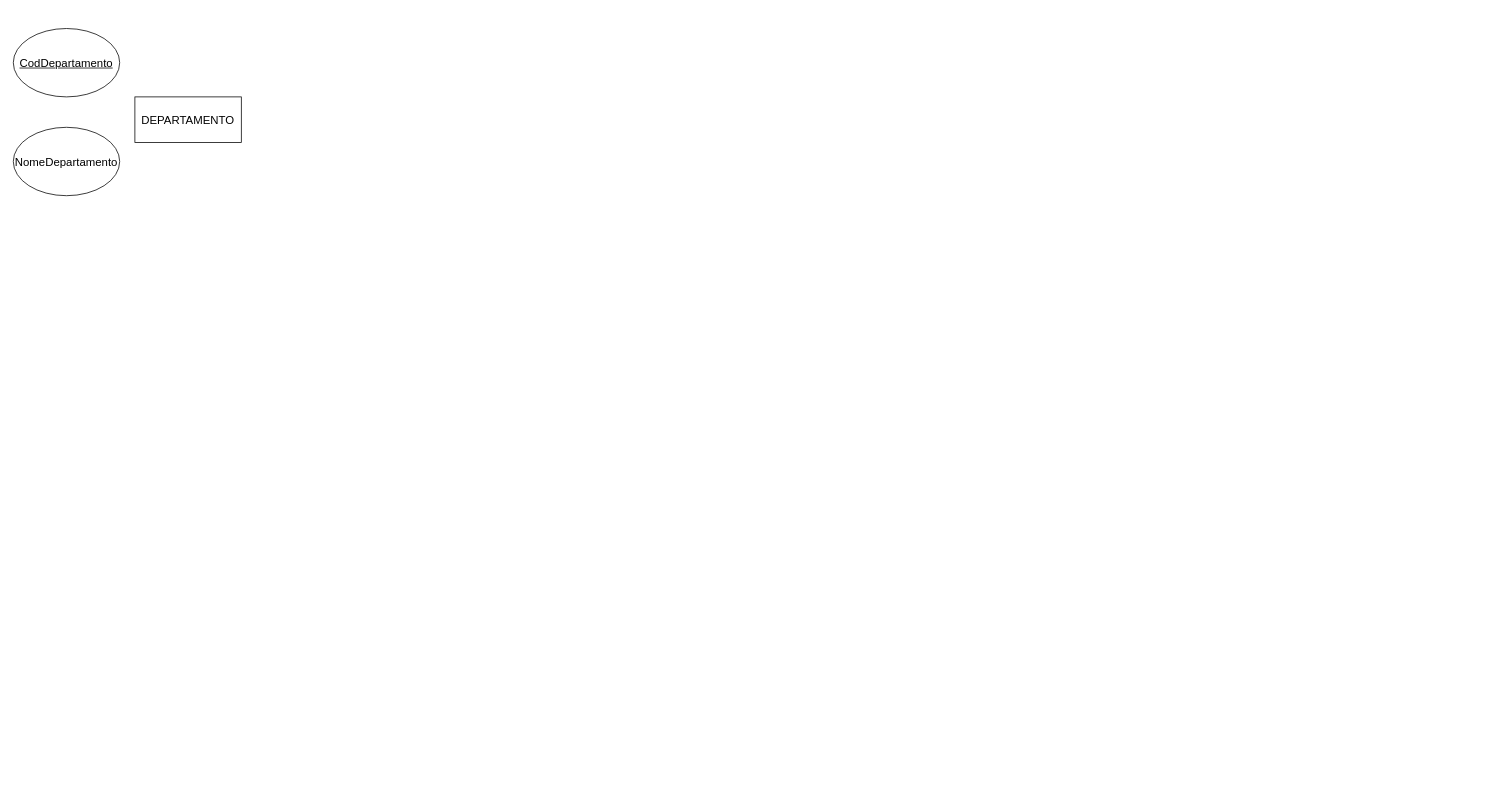
Above: page "Página-1" (1 of 2) of 2P_Ticket.drawio in Frederico994/Diagramas (draw.io), before the change. Source tidied: cells renumbered, new cells numbered last; positions are measured from the earlier drawing's top-left corner, leaving out a move shared by most shapes. Both pictures are drawn from the tidied source at 76%, with x=0, y=0 at pixel (13, 28).
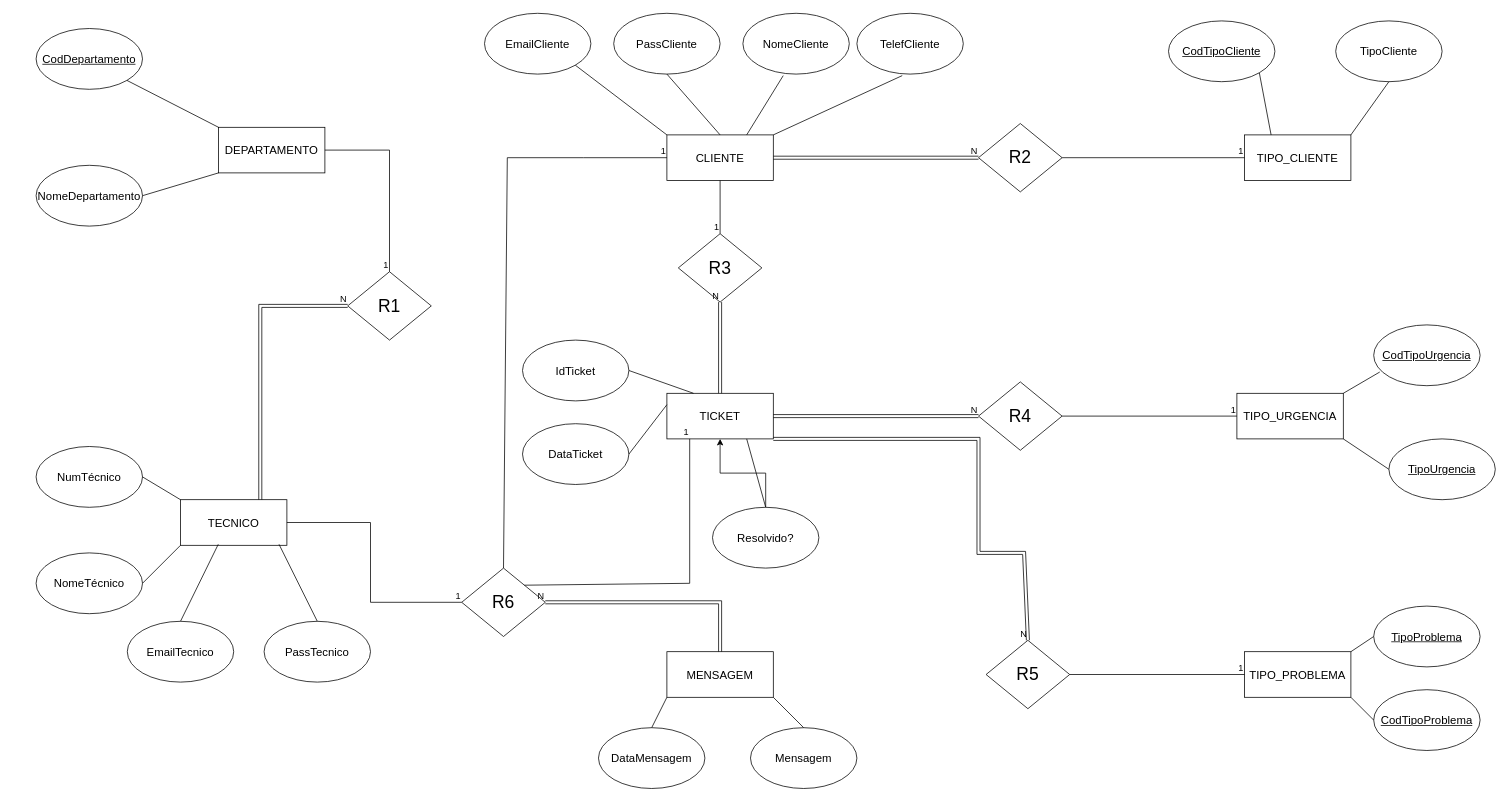
The same page after the edit.

Change to the diagram source:
```diff
@@
     <mxCell id="2" value="&lt;font style=&quot;font-size: 15px;&quot;&gt;DEPARTAMENTO&lt;/font&gt;" style="whiteSpace=wrap;html=1;align=center;" parent="1" vertex="1">
-      <mxGeometry x="160" y="90" width="140" height="60" as="geometry" />
+      <mxGeometry x="270" y="130" width="140" height="60" as="geometry" />
     </mxCell>
     <mxCell id="3" value="&lt;font style=&quot;font-size: 15px;&quot;&gt;NomeDepartamento&lt;/font&gt;" style="ellipse;whiteSpace=wrap;html=1;align=center;" parent="1" vertex="1">
-      <mxGeometry y="130" width="140" height="90" as="geometry" />
+      <mxGeometry x="30" y="180" width="140" height="80" as="geometry" />
     </mxCell>
     <mxCell id="4" value="&lt;font style=&quot;font-size: 15px;&quot;&gt;CodDepartamento&lt;/font&gt;" style="ellipse;whiteSpace=wrap;html=1;align=center;fontStyle=4;" parent="1" vertex="1">
-      <mxGeometry width="140" height="90" as="geometry" />
+      <mxGeometry x="30" width="140" height="80" as="geometry" />
     </mxCell>
+    <mxCell id="5" value="&lt;font style=&quot;font-size: 15px;&quot;&gt;CLIENTE&lt;/font&gt;" style="whiteSpace=wrap;html=1;align=center;" parent="1" vertex="1">
+      <mxGeometry x="860" y="140" width="140" height="60" as="geometry" />
+    </mxCell>
+    <mxCell id="6" value="&lt;font style=&quot;font-size: 15px;&quot;&gt;TIPO_CLIENTE&lt;/font&gt;" style="whiteSpace=wrap;html=1;align=center;" parent="1" vertex="1">
+      <mxGeometry x="1620" y="140" width="140" height="60" as="geometry" />
+    </mxCell>
+    <mxCell id="7" value="&lt;font style=&quot;font-size: 15px;&quot;&gt;TECNICO&lt;/font&gt;" style="whiteSpace=wrap;html=1;align=center;" parent="1" vertex="1">
+      <mxGeometry x="220" y="620" width="140" height="60" as="geometry" />
+    </mxCell>
+    <mxCell id="8" value="&lt;font style=&quot;font-size: 15px;&quot;&gt;MENSAGEM&lt;/font&gt;" style="whiteSpace=wrap;html=1;align=center;" parent="1" vertex="1">
+      <mxGeometry x="860" y="820" width="140" height="60" as="geometry" />
+    </mxCell>
+    <mxCell id="9" value="&lt;font style=&quot;font-size: 15px;&quot;&gt;TIPO_PROBLEMA&lt;/font&gt;" style="whiteSpace=wrap;html=1;align=center;" parent="1" vertex="1">
+      <mxGeometry x="1620" y="820" width="140" height="60" as="geometry" />
+    </mxCell>
+    <mxCell id="10" value="&lt;font style=&quot;font-size: 15px;&quot;&gt;TIPO_URGENCIA&lt;/font&gt;" style="whiteSpace=wrap;html=1;align=center;" parent="1" vertex="1">
+      <mxGeometry x="1610" y="480" width="140" height="60" as="geometry" />
+    </mxCell>
+    <mxCell id="11" value="&lt;font style=&quot;font-size: 15px;&quot;&gt;TICKET&lt;/font&gt;" style="whiteSpace=wrap;html=1;align=center;" parent="1" vertex="1">
+      <mxGeometry x="860" y="480" width="140" height="60" as="geometry" />
+    </mxCell>
+    <mxCell id="12" value="&lt;span style=&quot;font-size: 15px;&quot;&gt;NumTécnico&lt;/span&gt;" style="ellipse;whiteSpace=wrap;html=1;align=center;" parent="1" vertex="1">
+      <mxGeometry x="30" y="550" width="140" height="80" as="geometry" />
+    </mxCell>
+    <mxCell id="13" value="&lt;span style=&quot;font-size: 15px;&quot;&gt;NomeTécnico&lt;/span&gt;" style="ellipse;whiteSpace=wrap;html=1;align=center;" parent="1" vertex="1">
+      <mxGeometry x="30" y="690" width="140" height="80" as="geometry" />
+    </mxCell>
+    <mxCell id="14" value="&lt;span style=&quot;font-size: 15px;&quot;&gt;EmailTecnico&lt;/span&gt;" style="ellipse;whiteSpace=wrap;html=1;align=center;" parent="1" vertex="1">
+      <mxGeometry x="150" y="780" width="140" height="80" as="geometry" />
+    </mxCell>
+    <mxCell id="15" value="&lt;span style=&quot;font-size: 15px;&quot;&gt;PassTecnico&lt;/span&gt;" style="ellipse;whiteSpace=wrap;html=1;align=center;" parent="1" vertex="1">
+      <mxGeometry x="330" y="780" width="140" height="80" as="geometry" />
+    </mxCell>
+    <mxCell id="16" value="&lt;span style=&quot;font-size: 15px;&quot;&gt;DataMensagem&lt;/span&gt;" style="ellipse;whiteSpace=wrap;html=1;align=center;" parent="1" vertex="1">
+      <mxGeometry x="770" y="920" width="140" height="80" as="geometry" />
+    </mxCell>
+    <mxCell id="17" value="&lt;span style=&quot;font-size: 15px;&quot;&gt;Mensagem&lt;/span&gt;" style="ellipse;whiteSpace=wrap;html=1;align=center;" parent="1" vertex="1">
+      <mxGeometry x="970" y="920" width="140" height="80" as="geometry" />
+    </mxCell>
+    <mxCell id="18" style="edgeStyle=orthogonalEdgeStyle;rounded=0;jettySize=auto;html=1;" parent="1" edge="1" source="19" target="11">
+      <mxGeometry relative="1" as="geometry" />
+    </mxCell>
+    <mxCell id="19" value="&lt;span style=&quot;font-size: 15px;&quot;&gt;Resolvido?&lt;/span&gt;" style="ellipse;whiteSpace=wrap;html=1;align=center;" parent="1" vertex="1">
+      <mxGeometry x="920" y="630" width="140" height="80" as="geometry" />
+    </mxCell>
+    <mxCell id="20" value="&lt;span style=&quot;font-size: 15px;&quot;&gt;DataTicket&lt;/span&gt;" style="ellipse;whiteSpace=wrap;html=1;align=center;" parent="1" vertex="1">
+      <mxGeometry x="670" y="520" width="140" height="80" as="geometry" />
+    </mxCell>
+    <mxCell id="21" value="&lt;span style=&quot;font-size: 15px;&quot;&gt;IdTicket&lt;/span&gt;" style="ellipse;whiteSpace=wrap;html=1;align=center;" parent="1" vertex="1">
+      <mxGeometry x="670" y="410" width="140" height="80" as="geometry" />
+    </mxCell>
+    <mxCell id="22" value="&lt;span style=&quot;font-size: 15px;&quot;&gt;EmailCliente&lt;/span&gt;" style="ellipse;whiteSpace=wrap;html=1;align=center;" parent="1" vertex="1">
+      <mxGeometry x="620" y="-20" width="140" height="80" as="geometry" />
+    </mxCell>
+    <mxCell id="23" value="&lt;span style=&quot;font-size: 15px;&quot;&gt;PassCliente&lt;/span&gt;" style="ellipse;whiteSpace=wrap;html=1;align=center;" parent="1" vertex="1">
+      <mxGeometry x="790" y="-20" width="140" height="80" as="geometry" />
+    </mxCell>
+    <mxCell id="24" value="&lt;span style=&quot;font-size: 15px;&quot;&gt;NomeCliente&lt;/span&gt;" style="ellipse;whiteSpace=wrap;html=1;align=center;" parent="1" vertex="1">
+      <mxGeometry x="960" y="-20" width="140" height="80" as="geometry" />
+    </mxCell>
+    <mxCell id="25" value="&lt;span style=&quot;font-size: 15px;&quot;&gt;TelefCliente&lt;/span&gt;" style="ellipse;whiteSpace=wrap;html=1;align=center;" parent="1" vertex="1">
+      <mxGeometry x="1110" y="-20" width="140" height="80" as="geometry" />
+    </mxCell>
+    <mxCell id="26" value="&lt;span style=&quot;font-size: 15px;&quot;&gt;TipoCliente&lt;/span&gt;" style="ellipse;whiteSpace=wrap;html=1;align=center;" parent="1" vertex="1">
+      <mxGeometry x="1740" y="-10" width="140" height="80" as="geometry" />
+    </mxCell>
+    <mxCell id="27" value="&lt;font style=&quot;font-size: 15px;&quot;&gt;CodTipoCliente&lt;/font&gt;" style="ellipse;whiteSpace=wrap;html=1;align=center;fontStyle=4;" parent="1" vertex="1">
+      <mxGeometry x="1520" y="-10" width="140" height="80" as="geometry" />
+    </mxCell>
+    <mxCell id="28" value="&lt;font style=&quot;font-size: 15px;&quot;&gt;CodTipoUrgencia&lt;/font&gt;" style="ellipse;whiteSpace=wrap;html=1;align=center;fontStyle=4;" parent="1" vertex="1">
+      <mxGeometry x="1790" y="390" width="140" height="80" as="geometry" />
+    </mxCell>
+    <mxCell id="29" value="&lt;font style=&quot;font-size: 15px;&quot;&gt;TipoUrgencia&lt;/font&gt;" style="ellipse;whiteSpace=wrap;html=1;align=center;fontStyle=4;" parent="1" vertex="1">
+      <mxGeometry x="1810" y="540" width="140" height="80" as="geometry" />
+    </mxCell>
+    <mxCell id="30" value="&lt;font style=&quot;font-size: 15px;&quot;&gt;TipoProblema&lt;/font&gt;" style="ellipse;whiteSpace=wrap;html=1;align=center;fontStyle=4;" parent="1" vertex="1">
+      <mxGeometry x="1790" y="760" width="140" height="80" as="geometry" />
+    </mxCell>
+    <mxCell id="31" value="&lt;font style=&quot;font-size: 15px;&quot;&gt;CodTipoProblema&lt;/font&gt;" style="ellipse;whiteSpace=wrap;html=1;align=center;fontStyle=4;" parent="1" vertex="1">
+      <mxGeometry x="1790" y="870" width="140" height="80" as="geometry" />
+    </mxCell>
+    <mxCell id="32" style="endArrow=none;html=1;rounded=0;entryX=0;entryY=0.5;entryDx=0;entryDy=0;exitX=1;exitY=1;exitDx=0;exitDy=0;" parent="1" edge="1" source="9" target="31">
+      <mxGeometry relative="1" as="geometry" />
+    </mxCell>
+    <mxCell id="33" style="endArrow=none;html=1;rounded=0;entryX=1;entryY=0;entryDx=0;entryDy=0;exitX=0;exitY=0.5;exitDx=0;exitDy=0;" parent="1" edge="1" source="30" target="9">
+      <mxGeometry relative="1" as="geometry" />
+    </mxCell>
+    <mxCell id="34" style="endArrow=none;html=1;rounded=0;entryX=1;entryY=1;entryDx=0;entryDy=0;exitX=0;exitY=0.5;exitDx=0;exitDy=0;" parent="1" edge="1" source="29" target="10">
+      <mxGeometry relative="1" as="geometry" />
+    </mxCell>
+    <mxCell id="35" style="endArrow=none;html=1;rounded=0;entryX=1;entryY=0;entryDx=0;entryDy=0;exitX=0.057;exitY=0.775;exitDx=0;exitDy=0;exitPerimeter=0;" parent="1" edge="1" source="28" target="10">
+      <mxGeometry relative="1" as="geometry" />
+    </mxCell>
+    <mxCell id="36" style="endArrow=none;html=1;rounded=0;entryX=0.25;entryY=0;entryDx=0;entryDy=0;exitX=1;exitY=1;exitDx=0;exitDy=0;" parent="1" edge="1" source="27" target="6">
+      <mxGeometry relative="1" as="geometry" />
+    </mxCell>
+    <mxCell id="37" style="endArrow=none;html=1;rounded=0;entryX=1;entryY=0;entryDx=0;entryDy=0;exitX=0.5;exitY=1;exitDx=0;exitDy=0;" parent="1" edge="1" source="26" target="6">
+      <mxGeometry relative="1" as="geometry" />
+    </mxCell>
+    <mxCell id="38" style="endArrow=none;html=1;rounded=0;entryX=1;entryY=0;entryDx=0;entryDy=0;exitX=0.426;exitY=1.025;exitDx=0;exitDy=0;exitPerimeter=0;" parent="1" edge="1" source="25" target="5">
+      <mxGeometry relative="1" as="geometry" />
+    </mxCell>
+    <mxCell id="39" style="endArrow=none;html=1;rounded=0;entryX=0.75;entryY=0;entryDx=0;entryDy=0;exitX=0.379;exitY=1.025;exitDx=0;exitDy=0;exitPerimeter=0;" parent="1" edge="1" source="24" target="5">
+      <mxGeometry relative="1" as="geometry" />
+    </mxCell>
+    <mxCell id="40" style="endArrow=none;html=1;rounded=0;entryX=0.5;entryY=0;entryDx=0;entryDy=0;exitX=0.5;exitY=1;exitDx=0;exitDy=0;" parent="1" edge="1" source="23" target="5">
+      <mxGeometry relative="1" as="geometry" />
+    </mxCell>
+    <mxCell id="41" style="endArrow=none;html=1;rounded=0;entryX=0;entryY=0;entryDx=0;entryDy=0;exitX=1;exitY=1;exitDx=0;exitDy=0;" parent="1" edge="1" source="22" target="5">
+      <mxGeometry relative="1" as="geometry" />
+    </mxCell>
+    <mxCell id="42" style="endArrow=none;html=1;rounded=0;entryX=1;entryY=1;entryDx=0;entryDy=0;exitX=0;exitY=0;exitDx=0;exitDy=0;" parent="1" edge="1" source="2" target="4">
+      <mxGeometry relative="1" as="geometry" />
+    </mxCell>
+    <mxCell id="43" style="endArrow=none;html=1;rounded=0;entryX=1;entryY=0.5;entryDx=0;entryDy=0;exitX=0;exitY=1;exitDx=0;exitDy=0;" parent="1" edge="1" source="2" target="3">
+      <mxGeometry relative="1" as="geometry" />
+    </mxCell>
+    <mxCell id="44" style="endArrow=none;html=1;rounded=0;entryX=0.5;entryY=0;entryDx=0;entryDy=0;exitX=0.926;exitY=0.978;exitDx=0;exitDy=0;exitPerimeter=0;" parent="1" edge="1" source="7" target="15">
+      <mxGeometry relative="1" as="geometry" />
+    </mxCell>
+    <mxCell id="45" style="endArrow=none;html=1;rounded=0;entryX=0.5;entryY=0;entryDx=0;entryDy=0;exitX=0.355;exitY=0.978;exitDx=0;exitDy=0;exitPerimeter=0;" parent="1" edge="1" source="7" target="14">
+      <mxGeometry relative="1" as="geometry" />
+    </mxCell>
+    <mxCell id="46" style="endArrow=none;html=1;rounded=0;entryX=1;entryY=0.5;entryDx=0;entryDy=0;exitX=0;exitY=1;exitDx=0;exitDy=0;" parent="1" edge="1" source="7" target="13">
+      <mxGeometry relative="1" as="geometry" />
+    </mxCell>
+    <mxCell id="47" style="endArrow=none;html=1;rounded=0;entryX=0;entryY=0;entryDx=0;entryDy=0;exitX=1;exitY=0.5;exitDx=0;exitDy=0;" parent="1" edge="1" source="12" target="7">
+      <mxGeometry relative="1" as="geometry" />
+    </mxCell>
+    <mxCell id="48" style="endArrow=none;html=1;rounded=0;entryX=0.5;entryY=0;entryDx=0;entryDy=0;exitX=0.75;exitY=1;exitDx=0;exitDy=0;" parent="1" edge="1" source="11" target="19">
+      <mxGeometry relative="1" as="geometry" />
+    </mxCell>
+    <mxCell id="49" style="endArrow=none;html=1;rounded=0;entryX=1;entryY=0.5;entryDx=0;entryDy=0;exitX=0;exitY=0.25;exitDx=0;exitDy=0;" parent="1" edge="1" source="11" target="20">
+      <mxGeometry relative="1" as="geometry" />
+    </mxCell>
+    <mxCell id="50" style="endArrow=none;html=1;rounded=0;entryX=0.25;entryY=0;entryDx=0;entryDy=0;exitX=1;exitY=0.5;exitDx=0;exitDy=0;" parent="1" edge="1" source="21" target="11">
+      <mxGeometry relative="1" as="geometry" />
+    </mxCell>
+    <mxCell id="51" style="endArrow=none;html=1;rounded=0;entryX=0.5;entryY=0;entryDx=0;entryDy=0;exitX=1;exitY=1;exitDx=0;exitDy=0;" parent="1" edge="1" source="8" target="17">
+      <mxGeometry relative="1" as="geometry" />
+    </mxCell>
+    <mxCell id="52" style="endArrow=none;html=1;rounded=0;entryX=0.5;entryY=0;entryDx=0;entryDy=0;exitX=0;exitY=1;exitDx=0;exitDy=0;" parent="1" edge="1" source="8" target="16">
+      <mxGeometry relative="1" as="geometry" />
+    </mxCell>
+    <mxCell id="53" value="&lt;font style=&quot;font-size: 23px;&quot;&gt;R4&lt;/font&gt;" style="shape=rhombus;perimeter=rhombusPerimeter;whiteSpace=wrap;html=1;align=center;" parent="1" vertex="1">
+      <mxGeometry x="1270" y="465" width="110" height="90" as="geometry" />
+    </mxCell>
+    <mxCell id="54" style="shape=link;html=1;rounded=0;entryX=0;entryY=0.5;entryDx=0;entryDy=0;exitX=1;exitY=0.5;exitDx=0;exitDy=0;endSize=6;" parent="1" edge="1" source="11" target="53">
+      <mxGeometry relative="1" as="geometry" />
+    </mxCell>
+    <mxCell id="55" value="N" style="html=1;whiteSpace=wrap;align=right;verticalAlign=bottom;" parent="54" vertex="1">
+      <mxGeometry x="1" relative="1" as="geometry" />
+    </mxCell>
+    <mxCell id="56" style="endArrow=none;html=1;rounded=0;entryX=0;entryY=0.5;entryDx=0;entryDy=0;exitX=1;exitY=0.5;exitDx=0;exitDy=0;" parent="1" edge="1" source="53" target="10">
+      <mxGeometry relative="1" as="geometry" />
+    </mxCell>
+    <mxCell id="57" value="1" style="html=1;whiteSpace=wrap;align=right;verticalAlign=bottom;" parent="56" vertex="1">
+      <mxGeometry x="1" relative="1" as="geometry" />
+    </mxCell>
+    <mxCell id="58" value="&lt;font style=&quot;font-size: 23px;&quot;&gt;R5&lt;/font&gt;" style="shape=rhombus;perimeter=rhombusPerimeter;whiteSpace=wrap;html=1;align=center;" parent="1" vertex="1">
+      <mxGeometry x="1280" y="805" width="110" height="90" as="geometry" />
+    </mxCell>
+    <mxCell id="59" style="endArrow=none;html=1;rounded=0;entryX=0;entryY=0.5;entryDx=0;entryDy=0;exitX=1;exitY=0.5;exitDx=0;exitDy=0;" parent="1" edge="1" source="58" target="9">
+      <mxGeometry relative="1" as="geometry" />
+    </mxCell>
+    <mxCell id="60" value="1" style="html=1;whiteSpace=wrap;align=right;verticalAlign=bottom;" parent="59" vertex="1">
+      <mxGeometry x="1" relative="1" as="geometry" />
+    </mxCell>
+    <mxCell id="61" style="shape=link;html=1;rounded=0;entryX=0.5;entryY=0;entryDx=0;entryDy=0;exitX=1;exitY=1;exitDx=0;exitDy=0;endSize=6;" parent="1" edge="1" source="11" target="58">
+      <mxGeometry relative="1" as="geometry">
+        <Array as="points">
+          <mxPoint x="1270" y="540" />
+          <mxPoint x="1270" y="690" />
+          <mxPoint x="1330" y="690" />
+        </Array>
+      </mxGeometry>
+    </mxCell>
+    <mxCell id="62" value="N" style="html=1;whiteSpace=wrap;align=right;verticalAlign=bottom;" parent="61" vertex="1">
+      <mxGeometry x="1" relative="1" as="geometry" />
+    </mxCell>
+    <mxCell id="63" value="&lt;font style=&quot;font-size: 23px;&quot;&gt;R3&lt;/font&gt;" style="shape=rhombus;perimeter=rhombusPerimeter;whiteSpace=wrap;html=1;align=center;" parent="1" vertex="1">
+      <mxGeometry x="875" y="270" width="110" height="90" as="geometry" />
+    </mxCell>
+    <mxCell id="64" style="shape=link;html=1;rounded=0;entryX=0.5;entryY=1;entryDx=0;entryDy=0;exitX=0.5;exitY=0;exitDx=0;exitDy=0;endSize=6;" parent="1" edge="1" source="11" target="63">
+      <mxGeometry relative="1" as="geometry" />
+    </mxCell>
+    <mxCell id="65" value="N" style="html=1;whiteSpace=wrap;align=right;verticalAlign=bottom;" parent="64" vertex="1">
+      <mxGeometry x="1" relative="1" as="geometry" />
+    </mxCell>
+    <mxCell id="66" style="endArrow=none;html=1;rounded=0;entryX=0.5;entryY=0;entryDx=0;entryDy=0;exitX=0.5;exitY=1;exitDx=0;exitDy=0;" parent="1" edge="1" source="5" target="63">
+      <mxGeometry relative="1" as="geometry" />
+    </mxCell>
+    <mxCell id="67" value="1" style="html=1;whiteSpace=wrap;align=right;verticalAlign=bottom;" parent="66" vertex="1">
+      <mxGeometry x="1" relative="1" as="geometry" />
+    </mxCell>
+    <mxCell id="68" value="&lt;font style=&quot;font-size: 23px;&quot;&gt;R2&lt;/font&gt;" style="shape=rhombus;perimeter=rhombusPerimeter;whiteSpace=wrap;html=1;align=center;" parent="1" vertex="1">
+      <mxGeometry x="1270" y="125" width="110" height="90" as="geometry" />
+    </mxCell>
+    <mxCell id="69" style="shape=link;html=1;rounded=0;entryX=0;entryY=0.5;entryDx=0;entryDy=0;exitX=1;exitY=0.5;exitDx=0;exitDy=0;endSize=6;" parent="1" edge="1" source="5" target="68">
+      <mxGeometry relative="1" as="geometry" />
+    </mxCell>
+    <mxCell id="70" value="N" style="html=1;whiteSpace=wrap;align=right;verticalAlign=bottom;" parent="69" vertex="1">
+      <mxGeometry x="1" relative="1" as="geometry" />
+    </mxCell>
+    <mxCell id="71" style="endArrow=none;html=1;rounded=0;entryX=0;entryY=0.5;entryDx=0;entryDy=0;exitX=1;exitY=0.5;exitDx=0;exitDy=0;" parent="1" edge="1" source="68" target="6">
+      <mxGeometry relative="1" as="geometry" />
+    </mxCell>
+    <mxCell id="72" value="1" style="html=1;whiteSpace=wrap;align=right;verticalAlign=bottom;" parent="71" vertex="1">
+      <mxGeometry x="1" relative="1" as="geometry" />
+    </mxCell>
+    <mxCell id="73" value="&lt;font style=&quot;font-size: 23px;&quot;&gt;R6&lt;/font&gt;" style="shape=rhombus;perimeter=rhombusPerimeter;whiteSpace=wrap;html=1;align=center;" parent="1" vertex="1">
+      <mxGeometry x="590" y="710" width="110" height="90" as="geometry" />
+    </mxCell>
+    <mxCell id="74" style="shape=link;html=1;rounded=0;entryX=1;entryY=0.5;entryDx=0;entryDy=0;exitX=0.5;exitY=0;exitDx=0;exitDy=0;endSize=6;" parent="1" edge="1" source="8" target="73">
+      <mxGeometry relative="1" as="geometry">
+        <Array as="points">
+          <mxPoint x="930" y="755" />
+        </Array>
+      </mxGeometry>
+    </mxCell>
+    <mxCell id="75" value="N" style="html=1;whiteSpace=wrap;align=right;verticalAlign=bottom;" parent="74" vertex="1">
+      <mxGeometry x="1" relative="1" as="geometry" />
+    </mxCell>
+    <mxCell id="76" style="endArrow=none;html=1;rounded=0;entryX=0;entryY=0.5;entryDx=0;entryDy=0;exitX=1;exitY=0.5;exitDx=0;exitDy=0;" parent="1" edge="1" source="7" target="73">
+      <mxGeometry relative="1" as="geometry">
+        <Array as="points">
+          <mxPoint x="470" y="650" />
+          <mxPoint x="470" y="755" />
+        </Array>
+      </mxGeometry>
+    </mxCell>
+    <mxCell id="77" value="1" style="html=1;whiteSpace=wrap;align=right;verticalAlign=bottom;" parent="76" vertex="1">
+      <mxGeometry x="1" relative="1" as="geometry" />
+    </mxCell>
+    <mxCell id="78" value="&lt;font style=&quot;font-size: 23px;&quot;&gt;R1&lt;/font&gt;" style="shape=rhombus;perimeter=rhombusPerimeter;whiteSpace=wrap;html=1;align=center;" parent="1" vertex="1">
+      <mxGeometry x="440" y="320" width="110" height="90" as="geometry" />
+    </mxCell>
+    <mxCell id="79" style="shape=link;html=1;rounded=0;exitX=0.75;exitY=0;exitDx=0;exitDy=0;endSize=6;entryX=0;entryY=0.5;entryDx=0;entryDy=0;" parent="1" edge="1" source="7" target="78">
+      <mxGeometry relative="1" as="geometry">
+        <Array as="points">
+          <mxPoint x="325" y="365" />
+        </Array>
+      </mxGeometry>
+    </mxCell>
+    <mxCell id="80" value="N" style="html=1;whiteSpace=wrap;align=right;verticalAlign=bottom;" parent="79" vertex="1">
+      <mxGeometry x="1" relative="1" as="geometry" />
+    </mxCell>
+    <mxCell id="81" style="endArrow=none;html=1;rounded=0;entryX=0.5;entryY=0;entryDx=0;entryDy=0;exitX=1;exitY=0.5;exitDx=0;exitDy=0;" parent="1" edge="1" source="2" target="78">
+      <mxGeometry relative="1" as="geometry">
+        <Array as="points">
+          <mxPoint x="495" y="160" />
+        </Array>
+      </mxGeometry>
+    </mxCell>
+    <mxCell id="82" value="1" style="html=1;whiteSpace=wrap;align=right;verticalAlign=bottom;" parent="81" vertex="1">
+      <mxGeometry x="1" relative="1" as="geometry" />
+    </mxCell>
+    <mxCell id="83" style="endArrow=none;html=1;rounded=0;exitX=1;exitY=0;exitDx=0;exitDy=0;" parent="1" edge="1" source="73">
+      <mxGeometry relative="1" as="geometry">
+        <mxPoint x="890" y="540" as="targetPoint" />
+        <Array as="points">
+          <mxPoint x="890" y="730" />
+        </Array>
+      </mxGeometry>
+    </mxCell>
+    <mxCell id="84" value="1" style="html=1;whiteSpace=wrap;align=right;verticalAlign=bottom;" parent="83" vertex="1">
+      <mxGeometry x="1" relative="1" as="geometry" />
+    </mxCell>
+    <mxCell id="85" style="endArrow=none;html=1;rounded=0;exitX=0.5;exitY=0;exitDx=0;exitDy=0;entryX=0;entryY=0.5;entryDx=0;entryDy=0;" parent="1" edge="1" source="73" target="5">
+      <mxGeometry relative="1" as="geometry">
+        <Array as="points">
+          <mxPoint x="650" y="170" />
+          <mxPoint x="750" y="170" />
+        </Array>
+      </mxGeometry>
+    </mxCell>
+    <mxCell id="86" value="1" style="html=1;whiteSpace=wrap;align=right;verticalAlign=bottom;" parent="85" vertex="1">
+      <mxGeometry x="1" relative="1" as="geometry" />
+    </mxCell>
```
